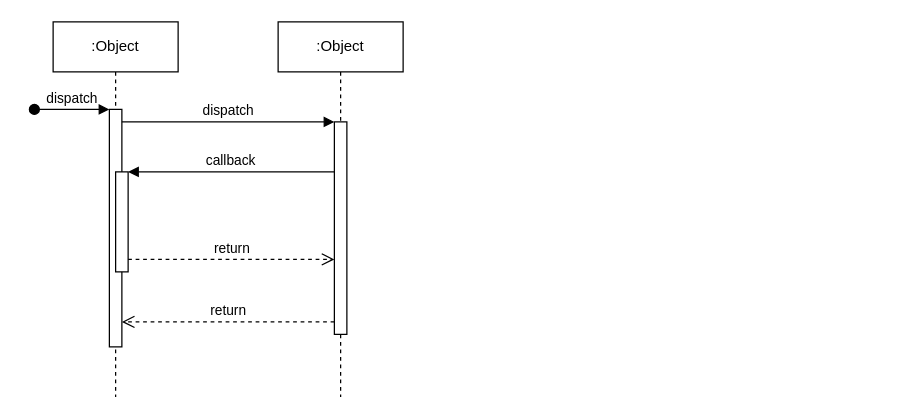
The draw.io diagram Диаграмма без названия.drawio in pahan161/test, before the edit. Source tidied: cells renumbered, new cells numbered last; positions are measured from the earlier drawing's top-left corner, leaving out a move shared by most shapes. Both pictures are drawn from the tidied source at 125%, with x=0, y=0 at pixel (34, 21).
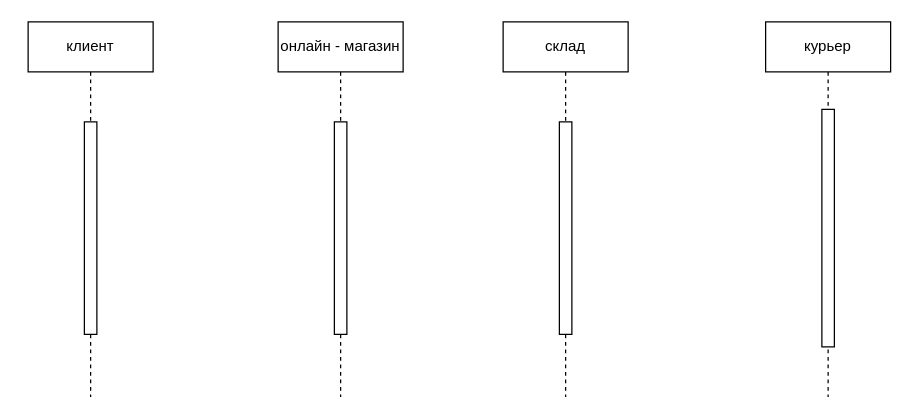
After the change.

Change to the diagram source:
```diff
@@
 <mxGraphModel>
   <root>
     <mxCell id="0" />
     <mxCell id="1" parent="0" />
-    <mxCell id="2" value=":Object" style="shape=umlLifeline;perimeter=lifelinePerimeter;whiteSpace=wrap;html=1;newEdgeStyle={&quot;edgeStyle&quot;:&quot;elbowEdgeStyle&quot;,&quot;elbow&quot;:&quot;vertical&quot;,&quot;curved&quot;:0,&quot;rounded&quot;:0};" parent="1" vertex="1">
-      <mxGeometry x="15" width="100" height="300" as="geometry" />
+    <mxCell id="2" value="курьер" style="shape=umlLifeline;perimeter=lifelinePerimeter;whiteSpace=wrap;html=1;newEdgeStyle={&quot;edgeStyle&quot;:&quot;elbowEdgeStyle&quot;,&quot;elbow&quot;:&quot;vertical&quot;,&quot;curved&quot;:0,&quot;rounded&quot;:0};" parent="1" vertex="1">
+      <mxGeometry x="585" width="100" height="300" as="geometry" />
     </mxCell>
     <mxCell id="3" style="html=1;points=[];perimeter=orthogonalPerimeter;outlineConnect=0;targetShapes=umlLifeline;portConstraint=eastwest;newEdgeStyle={&quot;edgeStyle&quot;:&quot;elbowEdgeStyle&quot;,&quot;elbow&quot;:&quot;vertical&quot;,&quot;curved&quot;:0,&quot;rounded&quot;:0};" parent="2" vertex="1">
       <mxGeometry x="45" y="70" width="10" height="190" as="geometry" />
     </mxCell>
-    <mxCell id="4" value="dispatch" style="html=1;verticalAlign=bottom;startArrow=oval;endArrow=block;startSize=8;edgeStyle=elbowEdgeStyle;elbow=vertical;curved=0;rounded=0;" parent="2" edge="1" target="3">
-      <mxGeometry relative="1" as="geometry">
-        <mxPoint x="-15" y="70" as="sourcePoint" />
-      </mxGeometry>
-    </mxCell>
-    <mxCell id="5" style="html=1;points=[];perimeter=orthogonalPerimeter;outlineConnect=0;targetShapes=umlLifeline;portConstraint=eastwest;newEdgeStyle={&quot;edgeStyle&quot;:&quot;elbowEdgeStyle&quot;,&quot;elbow&quot;:&quot;vertical&quot;,&quot;curved&quot;:0,&quot;rounded&quot;:0};" parent="2" vertex="1">
-      <mxGeometry x="50" y="120" width="10" height="80" as="geometry" />
-    </mxCell>
-    <mxCell id="6" value=":Object" style="shape=umlLifeline;perimeter=lifelinePerimeter;whiteSpace=wrap;html=1;newEdgeStyle={&quot;edgeStyle&quot;:&quot;elbowEdgeStyle&quot;,&quot;elbow&quot;:&quot;vertical&quot;,&quot;curved&quot;:0,&quot;rounded&quot;:0};" parent="1" vertex="1">
-      <mxGeometry x="195" width="100" height="300" as="geometry" />
+    <mxCell id="6" value="клиент" style="shape=umlLifeline;perimeter=lifelinePerimeter;whiteSpace=wrap;html=1;newEdgeStyle={&quot;edgeStyle&quot;:&quot;elbowEdgeStyle&quot;,&quot;elbow&quot;:&quot;vertical&quot;,&quot;curved&quot;:0,&quot;rounded&quot;:0};" parent="1" vertex="1">
+      <mxGeometry x="-5" width="100" height="300" as="geometry" />
     </mxCell>
     <mxCell id="7" style="html=1;points=[];perimeter=orthogonalPerimeter;outlineConnect=0;targetShapes=umlLifeline;portConstraint=eastwest;newEdgeStyle={&quot;edgeStyle&quot;:&quot;elbowEdgeStyle&quot;,&quot;elbow&quot;:&quot;vertical&quot;,&quot;curved&quot;:0,&quot;rounded&quot;:0};" parent="6" vertex="1">
       <mxGeometry x="45" y="80" width="10" height="170" as="geometry" />
     </mxCell>
-    <mxCell id="8" value="dispatch" style="html=1;verticalAlign=bottom;endArrow=block;edgeStyle=elbowEdgeStyle;elbow=vertical;curved=0;rounded=0;" parent="1" edge="1" source="3" target="7">
-      <mxGeometry relative="1" as="geometry">
-        <Array as="points">
-          <mxPoint x="155" y="80" />
-        </Array>
-      </mxGeometry>
-    </mxCell>
-    <mxCell id="9" value="return" style="html=1;verticalAlign=bottom;endArrow=open;dashed=1;endSize=8;edgeStyle=elbowEdgeStyle;elbow=vertical;curved=0;rounded=0;" parent="1" edge="1" source="7" target="3">
-      <mxGeometry relative="1" as="geometry">
-        <Array as="points">
-          <mxPoint x="165" y="240" />
-        </Array>
-      </mxGeometry>
-    </mxCell>
-    <mxCell id="10" value="callback" style="html=1;verticalAlign=bottom;endArrow=block;edgeStyle=elbowEdgeStyle;elbow=vertical;curved=0;rounded=0;" parent="1" edge="1" source="7" target="5">
-      <mxGeometry relative="1" as="geometry">
-        <Array as="points">
-          <mxPoint x="165" y="120" />
-        </Array>
-      </mxGeometry>
-    </mxCell>
-    <mxCell id="11" value="return" style="html=1;verticalAlign=bottom;endArrow=open;dashed=1;endSize=8;edgeStyle=elbowEdgeStyle;elbow=vertical;curved=0;rounded=0;" parent="1" edge="1" source="5" target="7">
-      <mxGeometry relative="1" as="geometry">
-        <Array as="points">
-          <mxPoint x="155" y="190" />
-        </Array>
-      </mxGeometry>
-    </mxCell>
+    <mxCell id="12" value="онлайн - магазин" style="shape=umlLifeline;perimeter=lifelinePerimeter;whiteSpace=wrap;html=1;newEdgeStyle={&quot;edgeStyle&quot;:&quot;elbowEdgeStyle&quot;,&quot;elbow&quot;:&quot;vertical&quot;,&quot;curved&quot;:0,&quot;rounded&quot;:0};" parent="1" vertex="1">
+      <mxGeometry x="195" width="100" height="300" as="geometry" />
+    </mxCell>
+    <mxCell id="13" style="html=1;perimeter=orthogonalPerimeter;targetShapes=umlLifeline;newEdgeStyle={&quot;edgeStyle&quot;:&quot;elbowEdgeStyle&quot;,&quot;elbow&quot;:&quot;vertical&quot;,&quot;curved&quot;:0,&quot;rounded&quot;:0};" parent="12" vertex="1">
+      <mxGeometry x="45" y="80" width="10" height="170" as="geometry" />
+    </mxCell>
+    <mxCell id="14" value="склад" style="shape=umlLifeline;perimeter=lifelinePerimeter;whiteSpace=wrap;html=1;newEdgeStyle={&quot;edgeStyle&quot;:&quot;elbowEdgeStyle&quot;,&quot;elbow&quot;:&quot;vertical&quot;,&quot;curved&quot;:0,&quot;rounded&quot;:0};" parent="1" vertex="1">
+      <mxGeometry x="375" width="100" height="300" as="geometry" />
+    </mxCell>
+    <mxCell id="15" style="html=1;perimeter=orthogonalPerimeter;targetShapes=umlLifeline;newEdgeStyle={&quot;edgeStyle&quot;:&quot;elbowEdgeStyle&quot;,&quot;elbow&quot;:&quot;vertical&quot;,&quot;curved&quot;:0,&quot;rounded&quot;:0};" parent="14" vertex="1">
+      <mxGeometry x="45" y="80" width="10" height="170" as="geometry" />
+    </mxCell>
   </root>
 </mxGraphModel>
```
